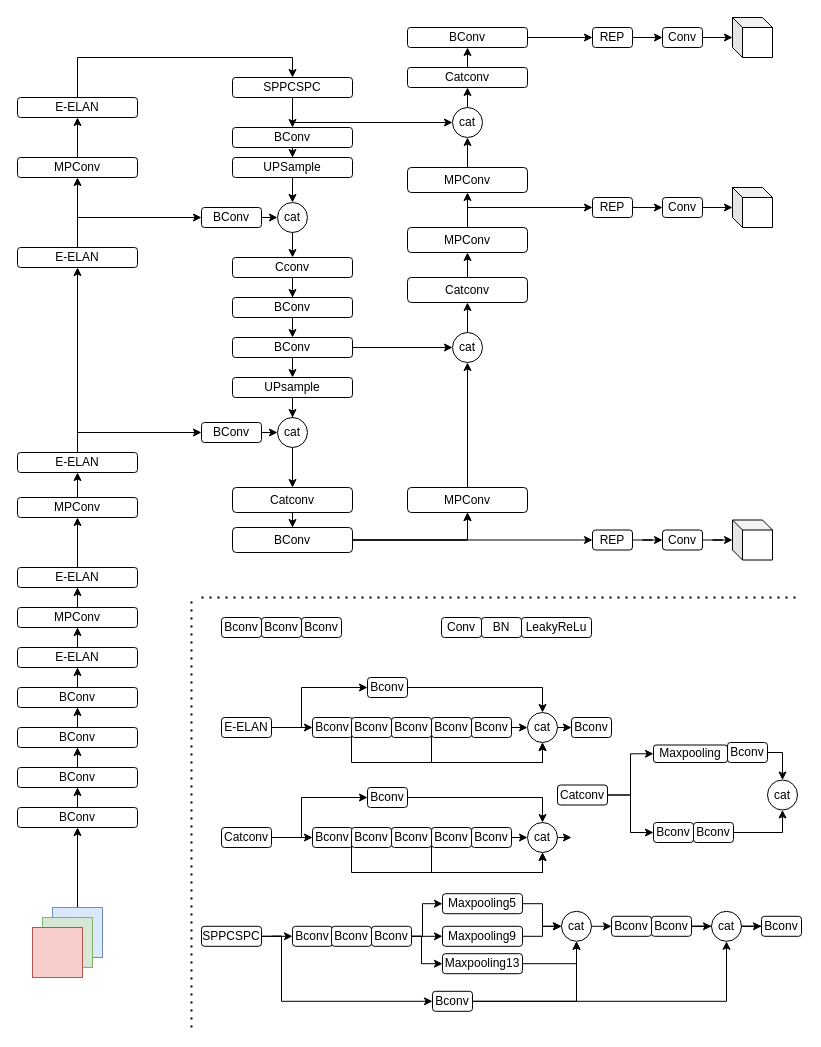
YANGJUNYAN0715/papers keeps this draw.io diagram as yolov7.drawio. Above is the earlier version. Source tidied: cells renumbered, new cells numbered last; positions are measured from the earlier drawing's top-left corner, leaving out a move shared by most shapes. Both pictures are drawn from the tidied source at 100%, with x=0, y=0 at pixel (17, 17).
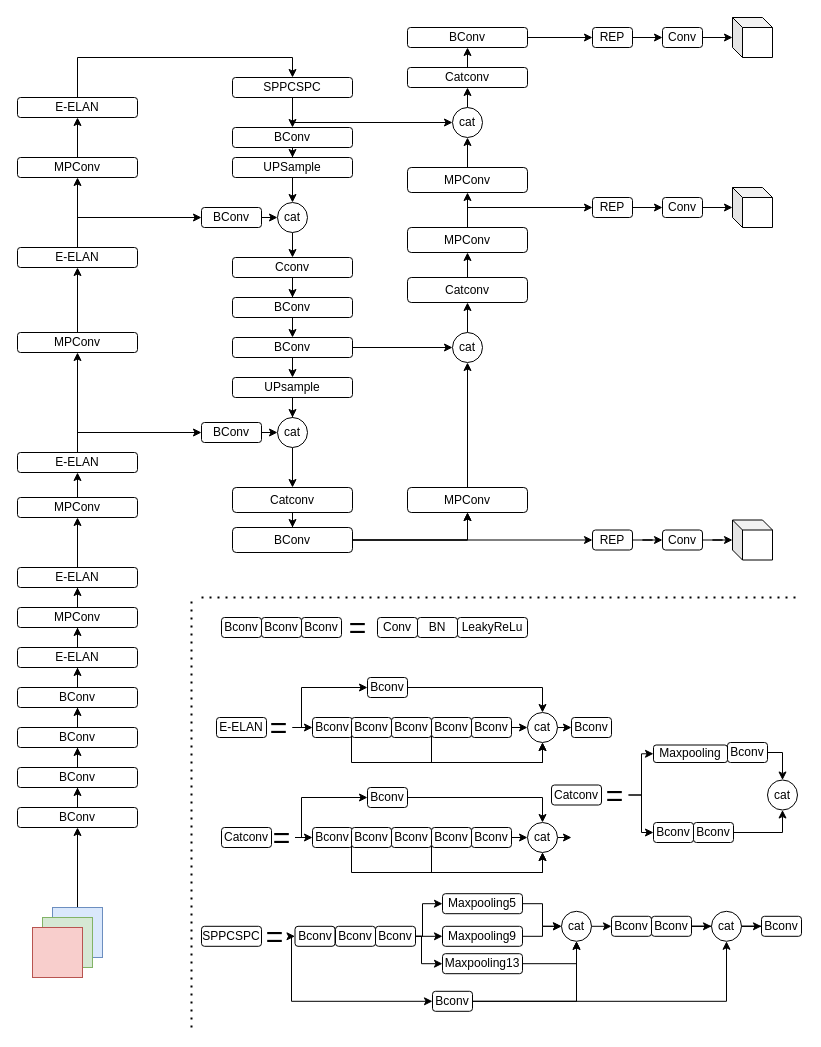
Above is the later version.

Unchanged cells that the change refers to:
```xml
<mxCell id="24" value="E-ELAN" style="rounded=1;whiteSpace=wrap;html=1;" parent="1" vertex="1">
  <mxGeometry y="435" width="120" height="20" as="geometry" />
</mxCell>
<mxCell id="27" value="E-ELAN" style="rounded=1;whiteSpace=wrap;html=1;" parent="1" vertex="1">
  <mxGeometry y="230" width="120" height="20" as="geometry" />
</mxCell>
<mxCell id="105" value="Bconv" style="rounded=1;whiteSpace=wrap;html=1;" parent="1" vertex="1">
  <mxGeometry x="295" y="700" width="40" height="20" as="geometry" />
</mxCell>
<mxCell id="108" value="Bconv" style="rounded=1;whiteSpace=wrap;html=1;" parent="1" vertex="1">
  <mxGeometry x="350" y="660" width="40" height="20" as="geometry" />
</mxCell>
<mxCell id="120" value="Catconv" style="rounded=1;whiteSpace=wrap;html=1;" parent="1" vertex="1">
  <mxGeometry x="204" y="810" width="50" height="20" as="geometry" />
</mxCell>
<mxCell id="121" value="Bconv" style="rounded=1;whiteSpace=wrap;html=1;" parent="1" vertex="1">
  <mxGeometry x="295" y="810" width="40" height="20" as="geometry" />
</mxCell>
<mxCell id="123" value="Bconv" style="rounded=1;whiteSpace=wrap;html=1;" parent="1" vertex="1">
  <mxGeometry x="350" y="770" width="40" height="20" as="geometry" />
</mxCell>
<mxCell id="136" value="Bconv" style="rounded=1;whiteSpace=wrap;html=1;" parent="1" vertex="1">
  <mxGeometry x="636" y="805" width="40" height="20" as="geometry" />
</mxCell>
<mxCell id="137" value="Maxpooling" style="rounded=1;whiteSpace=wrap;html=1;" parent="1" vertex="1">
  <mxGeometry x="636" y="727.5" width="74" height="17.5" as="geometry" />
</mxCell>
<mxCell id="145" value="SPPCSPC" style="rounded=1;whiteSpace=wrap;html=1;" parent="1" vertex="1">
  <mxGeometry x="184" y="908.8" width="60" height="20" as="geometry" />
</mxCell>
<mxCell id="168" value="Bconv" style="rounded=1;whiteSpace=wrap;html=1;" parent="1" vertex="1">
  <mxGeometry x="415" y="973.8" width="40" height="20" as="geometry" />
</mxCell>
```

Diff of the diagram source:
```diff
@@
-    <mxCell id="22" style="edgeStyle=orthogonalEdgeStyle;rounded=0;jettySize=auto;html=1;exitX=0.5;exitY=0;exitDx=0;exitDy=0;" parent="1" edge="1" source="24" target="27">
-      <mxGeometry relative="1" as="geometry" />
-    </mxCell>
@@
+    <mxCell id="169" style="edgeStyle=orthogonalEdgeStyle;rounded=0;jettySize=auto;html=1;fontSize=30;" parent="1" edge="1" source="24" target="172">
+      <mxGeometry relative="1" as="geometry" />
+    </mxCell>
@@
     <mxCell id="99" value="Conv" style="rounded=1;whiteSpace=wrap;html=1;" parent="1" vertex="1">
-      <mxGeometry x="424" y="600" width="40" height="20" as="geometry" />
+      <mxGeometry x="360" y="600" width="40" height="20" as="geometry" />
     </mxCell>
     <mxCell id="100" value="BN" style="rounded=1;whiteSpace=wrap;html=1;" parent="1" vertex="1">
-      <mxGeometry x="464" y="600" width="40" height="20" as="geometry" />
+      <mxGeometry x="400" y="600" width="40" height="20" as="geometry" />
     </mxCell>
     <mxCell id="101" value="LeakyReLu" style="rounded=1;whiteSpace=wrap;html=1;" parent="1" vertex="1">
-      <mxGeometry x="504" y="600" width="70" height="20" as="geometry" />
+      <mxGeometry x="440" y="600" width="70" height="20" as="geometry" />
     </mxCell>
-    <mxCell id="102" style="edgeStyle=orthogonalEdgeStyle;rounded=0;jettySize=auto;html=1;exitX=1;exitY=0.5;exitDx=0;exitDy=0;entryX=0;entryY=0.5;entryDx=0;entryDy=0;" parent="1" edge="1" source="104" target="108">
-      <mxGeometry relative="1" as="geometry">
-        <Array as="points">
-          <mxPoint x="284" y="710" />
-          <mxPoint x="284" y="670" />
-        </Array>
-      </mxGeometry>
-    </mxCell>
-    <mxCell id="103" style="edgeStyle=orthogonalEdgeStyle;rounded=0;jettySize=auto;html=1;exitX=1;exitY=0.5;exitDx=0;exitDy=0;entryX=0;entryY=0.5;entryDx=0;entryDy=0;" parent="1" edge="1" source="104" target="105">
-      <mxGeometry relative="1" as="geometry" />
-    </mxCell>
     <mxCell id="104" value="E-ELAN" style="rounded=1;whiteSpace=wrap;html=1;" parent="1" vertex="1">
-      <mxGeometry x="204" y="700" width="50" height="20" as="geometry" />
+      <mxGeometry x="199" y="700" width="50" height="20" as="geometry" />
     </mxCell>
@@
-    <mxCell id="118" style="edgeStyle=orthogonalEdgeStyle;rounded=0;jettySize=auto;html=1;exitX=1;exitY=0.5;exitDx=0;exitDy=0;entryX=0;entryY=0.5;entryDx=0;entryDy=0;" parent="1" edge="1" source="120" target="123">
-      <mxGeometry relative="1" as="geometry">
-        <Array as="points">
-          <mxPoint x="284" y="820" />
-          <mxPoint x="284" y="780" />
-        </Array>
-      </mxGeometry>
-    </mxCell>
-    <mxCell id="119" style="edgeStyle=orthogonalEdgeStyle;rounded=0;jettySize=auto;html=1;exitX=1;exitY=0.5;exitDx=0;exitDy=0;entryX=0;entryY=0.5;entryDx=0;entryDy=0;" parent="1" edge="1" source="120" target="121">
-      <mxGeometry relative="1" as="geometry" />
-    </mxCell>
@@
-    <mxCell id="133" style="edgeStyle=orthogonalEdgeStyle;rounded=0;jettySize=auto;html=1;exitX=1;exitY=0.5;exitDx=0;exitDy=0;entryX=0;entryY=0.5;entryDx=0;entryDy=0;" parent="1" edge="1" source="135" target="136">
-      <mxGeometry relative="1" as="geometry" />
-    </mxCell>
-    <mxCell id="134" style="edgeStyle=orthogonalEdgeStyle;rounded=0;jettySize=auto;html=1;exitX=1;exitY=0.5;exitDx=0;exitDy=0;entryX=0;entryY=0.5;entryDx=0;entryDy=0;" parent="1" edge="1" source="135" target="137">
-      <mxGeometry relative="1" as="geometry" />
-    </mxCell>
     <mxCell id="135" value="Catconv" style="rounded=1;whiteSpace=wrap;html=1;" parent="1" vertex="1">
-      <mxGeometry x="540" y="767.5" width="50" height="20" as="geometry" />
+      <mxGeometry x="534" y="767.5" width="50" height="20" as="geometry" />
     </mxCell>
@@
-    <mxCell id="143" style="edgeStyle=orthogonalEdgeStyle;rounded=0;jettySize=auto;html=1;exitX=1;exitY=0.5;exitDx=0;exitDy=0;" parent="1" edge="1" source="145" target="146">
-      <mxGeometry relative="1" as="geometry" />
-    </mxCell>
-    <mxCell id="144" style="edgeStyle=orthogonalEdgeStyle;rounded=0;jettySize=auto;html=1;exitX=1;exitY=0.5;exitDx=0;exitDy=0;entryX=0;entryY=0.5;entryDx=0;entryDy=0;" parent="1" edge="1" source="145" target="168">
-      <mxGeometry relative="1" as="geometry">
-        <Array as="points">
-          <mxPoint x="264" y="918.8" />
-          <mxPoint x="264" y="983.8" />
-        </Array>
-      </mxGeometry>
-    </mxCell>
@@
     <mxCell id="146" value="Bconv" style="rounded=1;whiteSpace=wrap;html=1;" parent="1" vertex="1">
-      <mxGeometry x="275" y="908.8" width="40" height="20" as="geometry" />
+      <mxGeometry x="277.5" y="908.8" width="40" height="20" as="geometry" />
     </mxCell>
@@
     <mxCell id="150" value="Bconv" style="rounded=1;whiteSpace=wrap;html=1;" parent="1" vertex="1">
-      <mxGeometry x="354" y="908.8" width="40" height="20" as="geometry" />
+      <mxGeometry x="358" y="908.8" width="40" height="20" as="geometry" />
     </mxCell>
     <mxCell id="151" value="Bconv" style="rounded=1;whiteSpace=wrap;html=1;" parent="1" vertex="1">
-      <mxGeometry x="314" y="908.8" width="40" height="20" as="geometry" />
+      <mxGeometry x="318" y="908.8" width="40" height="20" as="geometry" />
     </mxCell>
@@
+    <mxCell id="170" value="=" style="text;html=1;strokeColor=none;fillColor=none;align=center;verticalAlign=middle;whiteSpace=wrap;rounded=0;strokeWidth=1;fontSize=30;" parent="1" vertex="1">
+      <mxGeometry x="327" y="595" width="27" height="30" as="geometry" />
+    </mxCell>
+    <mxCell id="171" style="edgeStyle=orthogonalEdgeStyle;rounded=0;jettySize=auto;html=1;fontSize=30;" parent="1" edge="1" source="172" target="27">
+      <mxGeometry relative="1" as="geometry" />
+    </mxCell>
+    <mxCell id="172" value="MPConv" style="rounded=1;whiteSpace=wrap;html=1;" parent="1" vertex="1">
+      <mxGeometry y="315" width="120" height="20" as="geometry" />
+    </mxCell>
+    <mxCell id="173" style="edgeStyle=orthogonalEdgeStyle;rounded=0;jettySize=auto;html=1;exitX=1;exitY=0.5;exitDx=0;exitDy=0;entryX=0;entryY=0.5;entryDx=0;entryDy=0;fontSize=30;" parent="1" edge="1" source="175" target="105">
+      <mxGeometry relative="1" as="geometry" />
+    </mxCell>
+    <mxCell id="174" style="edgeStyle=orthogonalEdgeStyle;rounded=0;jettySize=auto;html=1;exitX=1;exitY=0.5;exitDx=0;exitDy=0;entryX=0;entryY=0.5;entryDx=0;entryDy=0;fontSize=30;" parent="1" edge="1" source="175" target="108">
+      <mxGeometry relative="1" as="geometry">
+        <Array as="points">
+          <mxPoint x="284" y="710" />
+          <mxPoint x="284" y="670" />
+        </Array>
+      </mxGeometry>
+    </mxCell>
+    <mxCell id="175" value="=" style="text;html=1;strokeColor=none;fillColor=none;align=center;verticalAlign=middle;whiteSpace=wrap;rounded=0;strokeWidth=1;fontSize=30;" parent="1" vertex="1">
+      <mxGeometry x="248" y="695" width="27" height="30" as="geometry" />
+    </mxCell>
+    <mxCell id="176" style="edgeStyle=orthogonalEdgeStyle;rounded=0;jettySize=auto;html=1;exitX=1;exitY=0.5;exitDx=0;exitDy=0;entryX=0;entryY=0.5;entryDx=0;entryDy=0;fontSize=30;" parent="1" edge="1" source="178" target="121">
+      <mxGeometry relative="1" as="geometry" />
+    </mxCell>
+    <mxCell id="177" style="edgeStyle=orthogonalEdgeStyle;rounded=0;jettySize=auto;html=1;exitX=1;exitY=0.5;exitDx=0;exitDy=0;entryX=0;entryY=0.5;entryDx=0;entryDy=0;fontSize=30;" parent="1" edge="1" source="178" target="123">
+      <mxGeometry relative="1" as="geometry">
+        <Array as="points">
+          <mxPoint x="284" y="820" />
+          <mxPoint x="284" y="780" />
+        </Array>
+      </mxGeometry>
+    </mxCell>
+    <mxCell id="178" value="=" style="text;html=1;strokeColor=none;fillColor=none;align=center;verticalAlign=middle;whiteSpace=wrap;rounded=0;strokeWidth=1;fontSize=30;" parent="1" vertex="1">
+      <mxGeometry x="250.5" y="805" width="27" height="30" as="geometry" />
+    </mxCell>
+    <mxCell id="179" style="edgeStyle=orthogonalEdgeStyle;rounded=0;jettySize=auto;html=1;exitX=1;exitY=0.5;exitDx=0;exitDy=0;entryX=0;entryY=0.5;entryDx=0;entryDy=0;fontSize=30;" parent="1" edge="1" source="181" target="146">
+      <mxGeometry relative="1" as="geometry" />
+    </mxCell>
+    <mxCell id="180" style="edgeStyle=orthogonalEdgeStyle;rounded=0;jettySize=auto;html=1;exitX=1;exitY=0.5;exitDx=0;exitDy=0;entryX=0;entryY=0.5;entryDx=0;entryDy=0;fontSize=30;" parent="1" edge="1" source="181" target="168">
+      <mxGeometry relative="1" as="geometry">
+        <Array as="points">
+          <mxPoint x="274" y="919" />
+          <mxPoint x="274" y="984" />
+        </Array>
+      </mxGeometry>
+    </mxCell>
+    <mxCell id="181" value="=" style="text;html=1;strokeColor=none;fillColor=none;align=center;verticalAlign=middle;whiteSpace=wrap;rounded=0;strokeWidth=1;fontSize=30;" parent="1" vertex="1">
+      <mxGeometry x="244" y="903.8" width="27" height="30" as="geometry" />
+    </mxCell>
+    <mxCell id="182" style="edgeStyle=orthogonalEdgeStyle;rounded=0;jettySize=auto;html=1;exitX=1;exitY=0.5;exitDx=0;exitDy=0;entryX=0;entryY=0.5;entryDx=0;entryDy=0;fontSize=30;" parent="1" edge="1" source="184" target="137">
+      <mxGeometry relative="1" as="geometry">
+        <Array as="points">
+          <mxPoint x="624" y="777" />
+          <mxPoint x="624" y="736" />
+        </Array>
+      </mxGeometry>
+    </mxCell>
+    <mxCell id="183" style="edgeStyle=orthogonalEdgeStyle;rounded=0;jettySize=auto;html=1;exitX=1;exitY=0.5;exitDx=0;exitDy=0;entryX=0;entryY=0.5;entryDx=0;entryDy=0;fontSize=30;" parent="1" edge="1" source="184" target="136">
+      <mxGeometry relative="1" as="geometry">
+        <Array as="points">
+          <mxPoint x="624" y="777" />
+          <mxPoint x="624" y="815" />
+        </Array>
+      </mxGeometry>
+    </mxCell>
+    <mxCell id="184" value="=" style="text;html=1;strokeColor=none;fillColor=none;align=center;verticalAlign=middle;whiteSpace=wrap;rounded=0;strokeWidth=1;fontSize=30;" parent="1" vertex="1">
+      <mxGeometry x="584" y="762.5" width="27" height="30" as="geometry" />
+    </mxCell>
```
